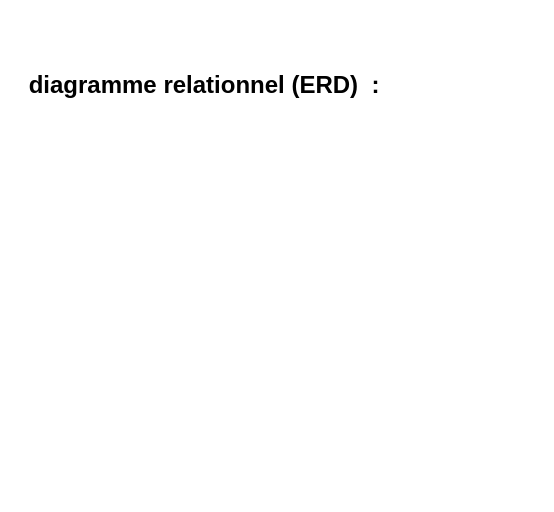
The draw.io diagram page "Page-2" (2 of 2) of diagramme.drawio in Hamza177-bas/Educational-website, before the edit. Source tidied: cells renumbered, new cells numbered last; positions are measured from the earlier drawing's top-left corner, leaving out a move shared by most shapes. Both pictures are drawn from the tidied source at 100%, with x=0, y=0 at pixel (17, 67).
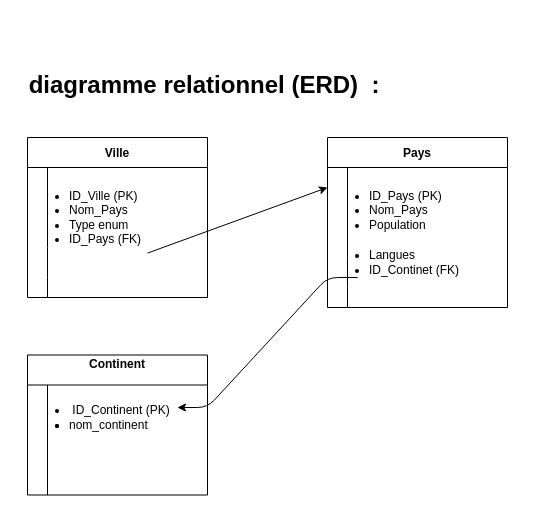
Above is the later version.

Commit message (it also covers changes not shown here):
add to  diagramme relationnel (ERD)

What changed in the source:
```diff
@@
     <mxCell id="2" value="&lt;span style=&quot;background-color: initial;&quot;&gt;&amp;nbsp;&lt;/span&gt;&lt;br&gt;&lt;span style=&quot;font-size: 24px;&quot;&gt;&lt;b&gt;&amp;nbsp;diagramme relationnel (ERD)&amp;nbsp; &lt;/b&gt;&lt;/span&gt;&lt;span style=&quot;font-size: 24px;&quot;&gt;&lt;b&gt;:&lt;/b&gt;&lt;/span&gt;" style="text;html=1;strokeColor=none;fillColor=none;spacing=5;spacingTop=-20;whiteSpace=wrap;overflow=hidden;rounded=0;" parent="1" vertex="1">
-      <mxGeometry width="410" height="120" as="geometry" />
+      <mxGeometry width="410" height="40" as="geometry" />
     </mxCell>
+    <mxCell id="3" value="Ville" style="shape=table;startSize=30;childLayout=tableLayout;rowLines=0;fontStyle=1;" parent="1" vertex="1">
+      <mxGeometry x="10" y="70" width="180" height="160" as="geometry" />
+    </mxCell>
+    <mxCell id="4" style="shape=tableRow;horizontal=0;startSize=0;swimlaneHead=0;swimlaneBody=0;top=0;left=0;bottom=0;right=0;fillColor=none;" parent="3" vertex="1">
+      <mxGeometry y="30" width="180" height="80" as="geometry" />
+    </mxCell>
+    <mxCell id="5" style="shape=partialRectangle;html=1;whiteSpace=wrap;fillColor=none;top=0;left=0;bottom=0;right=0;overflow=hidden;" parent="4" vertex="1">
+      <mxGeometry width="20" height="80" as="geometry" />
+    </mxCell>
+    <mxCell id="6" style="shape=partialRectangle;html=1;whiteSpace=wrap;fillColor=none;top=0;left=0;bottom=0;right=0;align=left;spacingLeft=6;overflow=hidden;" parent="4" vertex="1">
+      <mxGeometry x="20" width="160" height="80" as="geometry" />
+    </mxCell>
+    <mxCell id="7" style="shape=tableRow;horizontal=0;startSize=0;swimlaneHead=0;swimlaneBody=0;top=0;left=0;bottom=0;right=0;fillColor=none;" parent="3" vertex="1">
+      <mxGeometry y="110" width="180" height="30" as="geometry" />
+    </mxCell>
+    <mxCell id="8" style="shape=partialRectangle;html=1;whiteSpace=wrap;fillColor=none;top=0;left=0;bottom=0;right=0;overflow=hidden;" parent="7" vertex="1">
+      <mxGeometry width="20" height="30" as="geometry" />
+    </mxCell>
+    <mxCell id="9" style="shape=partialRectangle;html=1;whiteSpace=wrap;fillColor=none;top=0;left=0;bottom=0;right=0;align=left;spacingLeft=6;overflow=hidden;" parent="7" vertex="1">
+      <mxGeometry x="20" width="160" height="30" as="geometry" />
+    </mxCell>
+    <mxCell id="10" style="shape=tableRow;horizontal=0;startSize=0;swimlaneHead=0;swimlaneBody=0;top=0;left=0;bottom=0;right=0;fillColor=none;" parent="3" vertex="1">
+      <mxGeometry y="140" width="180" height="20" as="geometry" />
+    </mxCell>
+    <mxCell id="11" style="shape=partialRectangle;html=1;whiteSpace=wrap;fillColor=none;top=0;left=0;bottom=0;right=0;overflow=hidden;" parent="10" vertex="1">
+      <mxGeometry width="20" height="20" as="geometry" />
+    </mxCell>
+    <mxCell id="12" style="shape=partialRectangle;html=1;whiteSpace=wrap;fillColor=none;top=0;left=0;bottom=0;right=0;align=left;spacingLeft=6;overflow=hidden;" parent="10" vertex="1">
+      <mxGeometry x="20" width="160" height="20" as="geometry" />
+    </mxCell>
+    <mxCell id="13" value="&lt;ul&gt;&lt;li&gt;&lt;span style=&quot;background-color: initial;&quot;&gt;ID_Ville (PK)&amp;nbsp;&lt;/span&gt;&lt;/li&gt;&lt;li&gt;&lt;span style=&quot;text-align: center; background-color: initial;&quot;&gt;Nom_Pays&lt;/span&gt;&lt;br&gt;&lt;/li&gt;&lt;li&gt;&lt;span style=&quot;text-align: center;&quot;&gt;Type enum&lt;/span&gt;&lt;/li&gt;&lt;li&gt;&lt;span style=&quot;background-color: initial;&quot;&gt;&lt;span style=&quot;text-align: center;&quot;&gt;ID_Pays (FK)&lt;/span&gt;&lt;/span&gt;&lt;/li&gt;&lt;/ul&gt;" style="text;strokeColor=none;fillColor=none;html=1;whiteSpace=wrap;verticalAlign=middle;overflow=hidden;" parent="1" vertex="1">
+      <mxGeometry x="10" y="-50" width="160" height="400" as="geometry" />
+    </mxCell>
+    <mxCell id="14" value="Pays" style="shape=table;startSize=30;childLayout=tableLayout;rowLines=0;fontStyle=1;" parent="1" vertex="1">
+      <mxGeometry x="310" y="70" width="180" height="170" as="geometry" />
+    </mxCell>
+    <mxCell id="15" style="shape=tableRow;horizontal=0;startSize=0;swimlaneHead=0;swimlaneBody=0;top=0;left=0;bottom=0;right=0;fillColor=none;" parent="14" vertex="1">
+      <mxGeometry y="30" width="180" height="90" as="geometry" />
+    </mxCell>
+    <mxCell id="16" style="shape=partialRectangle;html=1;whiteSpace=wrap;fillColor=none;top=0;left=0;bottom=0;right=0;overflow=hidden;" parent="15" vertex="1">
+      <mxGeometry width="20" height="90" as="geometry" />
+    </mxCell>
+    <mxCell id="17" style="shape=partialRectangle;html=1;whiteSpace=wrap;fillColor=none;top=0;left=0;bottom=0;right=0;align=left;spacingLeft=6;overflow=hidden;" parent="15" vertex="1">
+      <mxGeometry x="20" width="160" height="90" as="geometry" />
+    </mxCell>
+    <mxCell id="18" style="shape=tableRow;horizontal=0;startSize=0;swimlaneHead=0;swimlaneBody=0;top=0;left=0;bottom=0;right=0;fillColor=none;" parent="14" vertex="1">
+      <mxGeometry y="120" width="180" height="30" as="geometry" />
+    </mxCell>
+    <mxCell id="19" style="shape=partialRectangle;html=1;whiteSpace=wrap;fillColor=none;top=0;left=0;bottom=0;right=0;overflow=hidden;" parent="18" vertex="1">
+      <mxGeometry width="20" height="30" as="geometry" />
+    </mxCell>
+    <mxCell id="20" style="shape=partialRectangle;html=1;whiteSpace=wrap;fillColor=none;top=0;left=0;bottom=0;right=0;align=left;spacingLeft=6;overflow=hidden;" parent="18" vertex="1">
+      <mxGeometry x="20" width="160" height="30" as="geometry" />
+    </mxCell>
+    <mxCell id="21" style="shape=tableRow;horizontal=0;startSize=0;swimlaneHead=0;swimlaneBody=0;top=0;left=0;bottom=0;right=0;fillColor=none;" parent="14" vertex="1">
+      <mxGeometry y="150" width="180" height="20" as="geometry" />
+    </mxCell>
+    <mxCell id="22" style="shape=partialRectangle;html=1;whiteSpace=wrap;fillColor=none;top=0;left=0;bottom=0;right=0;overflow=hidden;" parent="21" vertex="1">
+      <mxGeometry width="20" height="20" as="geometry" />
+    </mxCell>
+    <mxCell id="23" style="shape=partialRectangle;html=1;whiteSpace=wrap;fillColor=none;top=0;left=0;bottom=0;right=0;align=left;spacingLeft=6;overflow=hidden;" parent="21" vertex="1">
+      <mxGeometry x="20" width="160" height="20" as="geometry" />
+    </mxCell>
+    <mxCell id="24" value="&lt;ul&gt;&lt;li&gt;&lt;span style=&quot;background-color: initial;&quot;&gt;ID_Pays (PK)&lt;/span&gt;&lt;/li&gt;&lt;li&gt;Nom_Pays&amp;nbsp;&amp;nbsp;&lt;br&gt;&lt;/li&gt;&lt;li&gt;Population&amp;nbsp;&lt;/li&gt;&lt;/ul&gt;" style="text;strokeColor=none;fillColor=none;html=1;whiteSpace=wrap;verticalAlign=middle;overflow=hidden;" parent="1" vertex="1">
+      <mxGeometry x="310" y="55" width="190" height="175" as="geometry" />
+    </mxCell>
+    <mxCell id="25" style="edgeStyle=entityRelationEdgeStyle;html=1;exitX=0.143;exitY=0.667;exitDx=0;exitDy=0;entryX=0.714;entryY=0.375;entryDx=0;entryDy=0;entryPerimeter=0;exitPerimeter=0;" parent="1" edge="1" source="26" target="34">
+      <mxGeometry relative="1" as="geometry" />
+    </mxCell>
+    <mxCell id="26" value="&lt;ul&gt;&lt;li&gt;&lt;span style=&quot;background-color: initial;&quot;&gt;Langues&amp;nbsp;&lt;/span&gt;&lt;/li&gt;&lt;li&gt;ID_Continet (FK)&lt;/li&gt;&lt;/ul&gt;" style="text;strokeColor=none;fillColor=none;html=1;whiteSpace=wrap;verticalAlign=middle;overflow=hidden;" parent="1" vertex="1">
+      <mxGeometry x="310" y="150" width="210" height="90" as="geometry" />
+    </mxCell>
+    <mxCell id="27" value="Continent&#10;" style="shape=table;startSize=30;childLayout=tableLayout;rowLines=0;fontStyle=1;" parent="1" vertex="1">
+      <mxGeometry x="10" y="287.5" width="180" height="140" as="geometry" />
+    </mxCell>
+    <mxCell id="28" style="shape=tableRow;horizontal=0;startSize=0;swimlaneHead=0;swimlaneBody=0;top=0;left=0;bottom=0;right=0;fillColor=none;" parent="27" vertex="1">
+      <mxGeometry y="30" width="180" height="90" as="geometry" />
+    </mxCell>
+    <mxCell id="29" style="shape=partialRectangle;html=1;whiteSpace=wrap;fillColor=none;top=0;left=0;bottom=0;right=0;overflow=hidden;" parent="28" vertex="1">
+      <mxGeometry width="20" height="90" as="geometry" />
+    </mxCell>
+    <mxCell id="30" style="shape=partialRectangle;html=1;whiteSpace=wrap;fillColor=none;top=0;left=0;bottom=0;right=0;align=left;spacingLeft=6;overflow=hidden;" parent="28" vertex="1">
+      <mxGeometry x="20" width="160" height="90" as="geometry" />
+    </mxCell>
+    <mxCell id="31" style="shape=tableRow;horizontal=0;startSize=0;swimlaneHead=0;swimlaneBody=0;top=0;left=0;bottom=0;right=0;fillColor=none;" parent="27" vertex="1">
+      <mxGeometry y="120" width="180" height="20" as="geometry" />
+    </mxCell>
+    <mxCell id="32" style="shape=partialRectangle;html=1;whiteSpace=wrap;fillColor=none;top=0;left=0;bottom=0;right=0;overflow=hidden;" parent="31" vertex="1">
+      <mxGeometry width="20" height="20" as="geometry" />
+    </mxCell>
+    <mxCell id="33" style="shape=partialRectangle;html=1;whiteSpace=wrap;fillColor=none;top=0;left=0;bottom=0;right=0;align=left;spacingLeft=6;overflow=hidden;" parent="31" vertex="1">
+      <mxGeometry x="20" width="160" height="20" as="geometry" />
+    </mxCell>
+    <mxCell id="34" value="&lt;ul&gt;&lt;li&gt;&lt;span style=&quot;background-color: initial;&quot;&gt;&amp;nbsp;ID_Continent (PK)&amp;nbsp;&lt;/span&gt;&lt;/li&gt;&lt;li&gt;&lt;li&gt;nom_continent&lt;/li&gt;&lt;/li&gt;&lt;/ul&gt;" style="text;strokeColor=none;fillColor=none;html=1;whiteSpace=wrap;verticalAlign=middle;overflow=hidden;" parent="1" vertex="1">
+      <mxGeometry x="10" y="310" width="210" height="80" as="geometry" />
+    </mxCell>
+    <mxCell id="35" style="edgeStyle=none;html=1;exitX=0.75;exitY=0.589;exitDx=0;exitDy=0;exitPerimeter=0;" parent="1" edge="1" source="13">
+      <mxGeometry relative="1" as="geometry">
+        <mxPoint x="310" y="120" as="targetPoint" />
+      </mxGeometry>
+    </mxCell>
```
